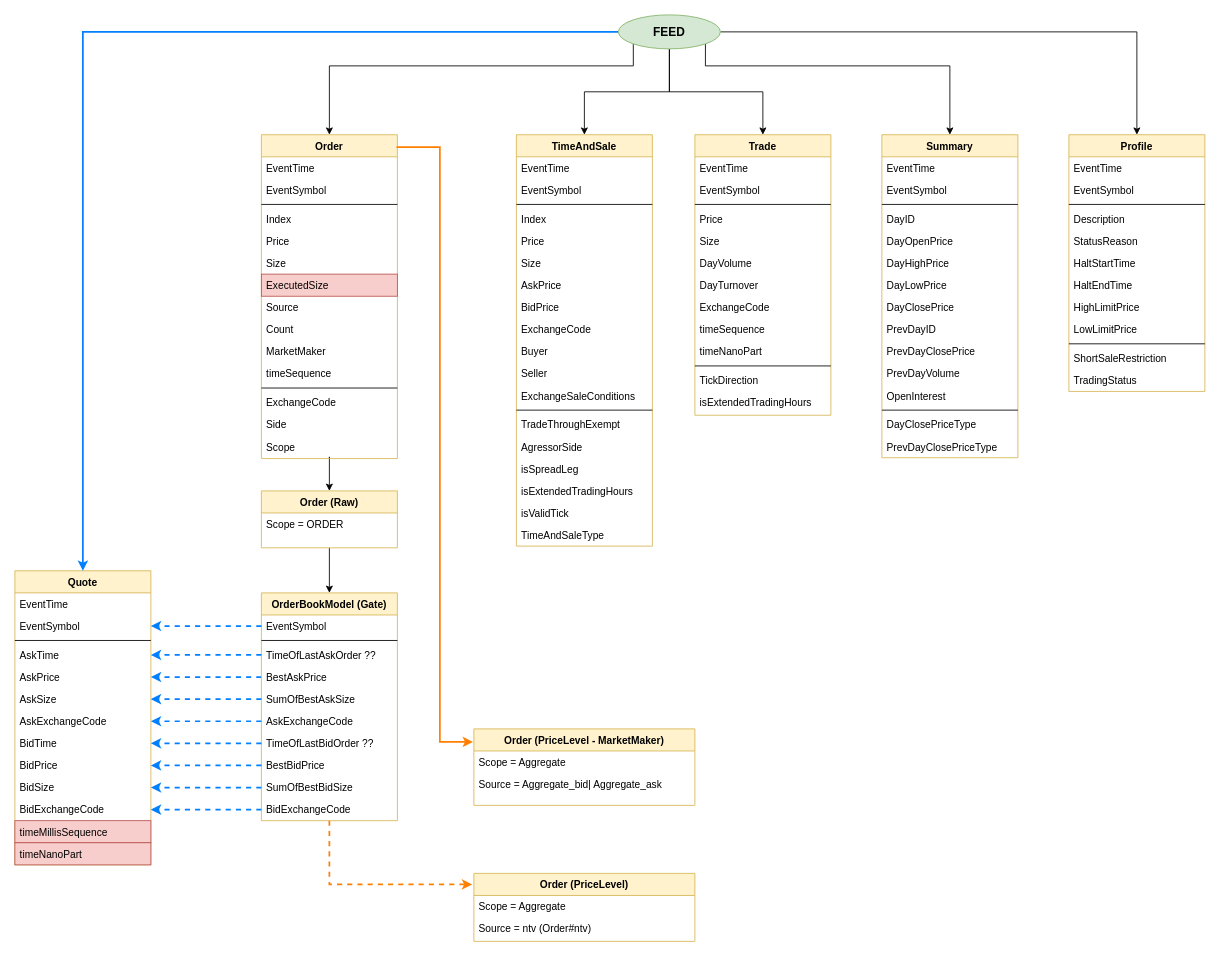
This is Untitled Diagram.drawio from Tubala85/documents, a draw.io file, before an edit. Source tidied: cells renumbered, new cells numbered last; positions are measured from the earlier drawing's top-left corner, leaving out a move shared by most shapes. Both pictures are drawn from the tidied source at 85%, with x=0, y=0 at pixel (14, 14).
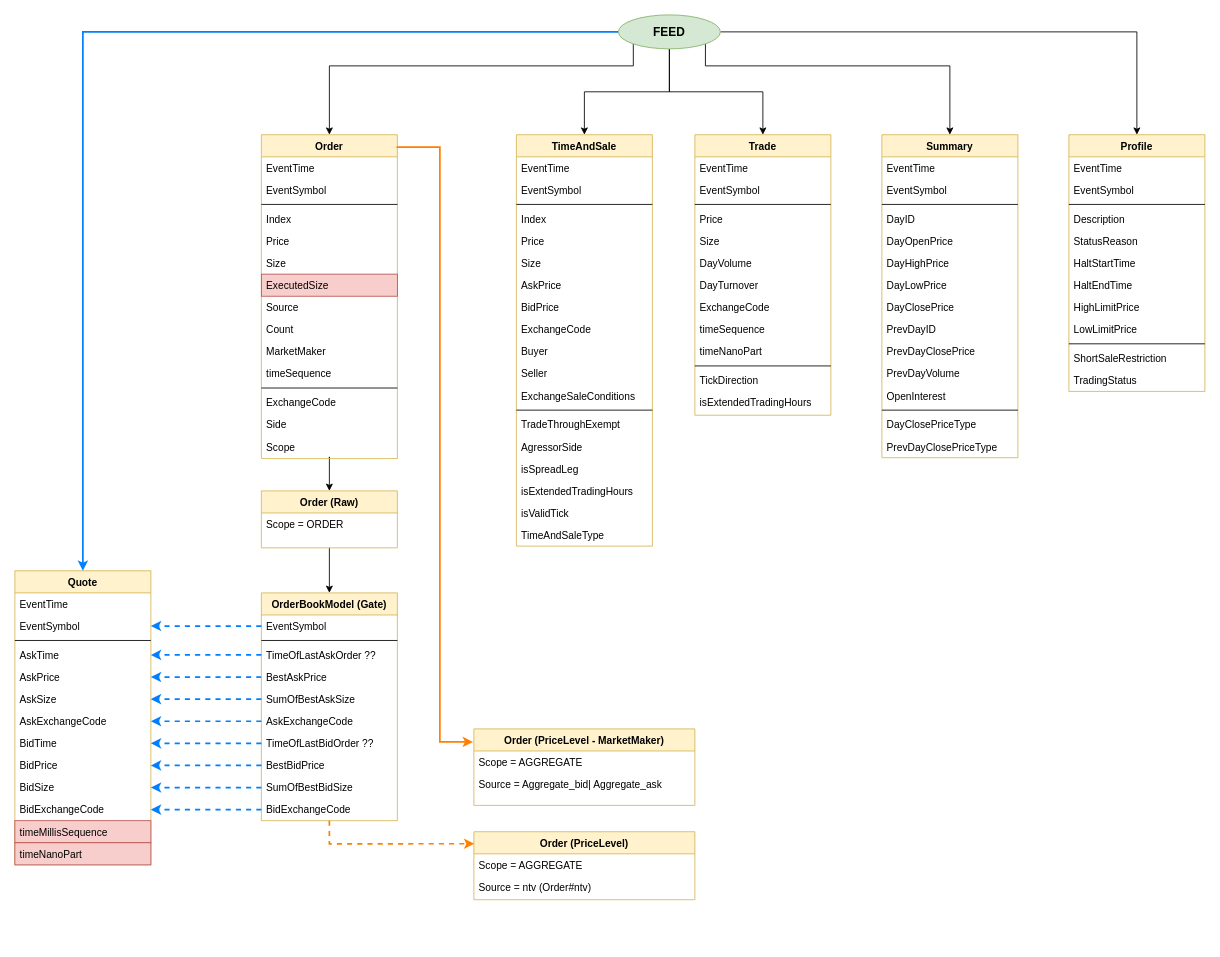
The same page after the edit.

Unchanged cells that the change refers to:
```xml
<mxCell id="106" value="OrderBookModel (Gate)" style="swimlane;fontStyle=1;align=center;verticalAlign=top;horizontal=1;startSize=26;rounded=0;shadow=0;strokeWidth=1;fillColor=#fff2cc;strokeColor=#d6b656;" parent="1" vertex="1">
  <mxGeometry x="290" y="680" width="160" height="268" as="geometry" />
</mxCell>
<mxCell id="129" value="Order (PriceLevel - MarketMaker)" style="swimlane;fontStyle=1;align=center;verticalAlign=top;horizontal=1;startSize=26;rounded=0;shadow=0;strokeWidth=1;fillColor=#fff2cc;strokeColor=#d6b656;" parent="1" vertex="1">
  <mxGeometry x="540" y="840" width="260" height="90" as="geometry" />
</mxCell>
```

What changed in the source:
```diff
@@
     <mxCell id="125" value="Order (PriceLevel)" style="swimlane;fontStyle=1;align=center;verticalAlign=top;horizontal=1;startSize=26;rounded=0;shadow=0;strokeWidth=1;fillColor=#fff2cc;strokeColor=#d6b656;" parent="1" vertex="1">
-      <mxGeometry x="540" y="1010" width="260" height="80" as="geometry" />
+      <mxGeometry x="540" y="961" width="260" height="80" as="geometry" />
     </mxCell>
-    <mxCell id="126" value="Scope = Aggregate" style="text;align=left;verticalAlign=top;spacingLeft=4;spacingRight=4;overflow=hidden;rounded=0;shadow=0;html=0;" parent="125" vertex="1">
+    <mxCell id="126" value="Scope = AGGREGATE" style="text;align=left;verticalAlign=top;spacingLeft=4;spacingRight=4;overflow=hidden;rounded=0;shadow=0;html=0;" parent="125" vertex="1">
       <mxGeometry y="26" width="260" height="26" as="geometry" />
     </mxCell>
@@
-    <mxCell id="128" style="edgeStyle=orthogonalEdgeStyle;rounded=0;jettySize=auto;html=1;fontSize=14;strokeWidth=2;dashed=1;strokeColor=#FF8000;" parent="1" edge="1" source="106">
+    <mxCell id="128" style="edgeStyle=orthogonalEdgeStyle;rounded=0;jettySize=auto;html=1;fontSize=14;strokeWidth=2;dashed=1;strokeColor=#FF8000;entryX=0.002;entryY=0.177;entryDx=0;entryDy=0;entryPerimeter=0;" parent="1" edge="1" source="106" target="125">
       <mxGeometry relative="1" as="geometry">
-        <mxPoint x="538" y="1023" as="targetPoint" />
         <Array as="points">
-          <mxPoint x="370" y="1023" />
+          <mxPoint x="370" y="975" />
         </Array>
       </mxGeometry>
     </mxCell>
@@
-    <mxCell id="130" value="Scope = Aggregate" style="text;align=left;verticalAlign=top;spacingLeft=4;spacingRight=4;overflow=hidden;rounded=0;shadow=0;html=0;" parent="129" vertex="1">
+    <mxCell id="130" value="Scope = AGGREGATE" style="text;align=left;verticalAlign=top;spacingLeft=4;spacingRight=4;overflow=hidden;rounded=0;shadow=0;html=0;" parent="129" vertex="1">
       <mxGeometry y="26" width="260" height="26" as="geometry" />
     </mxCell>
```
